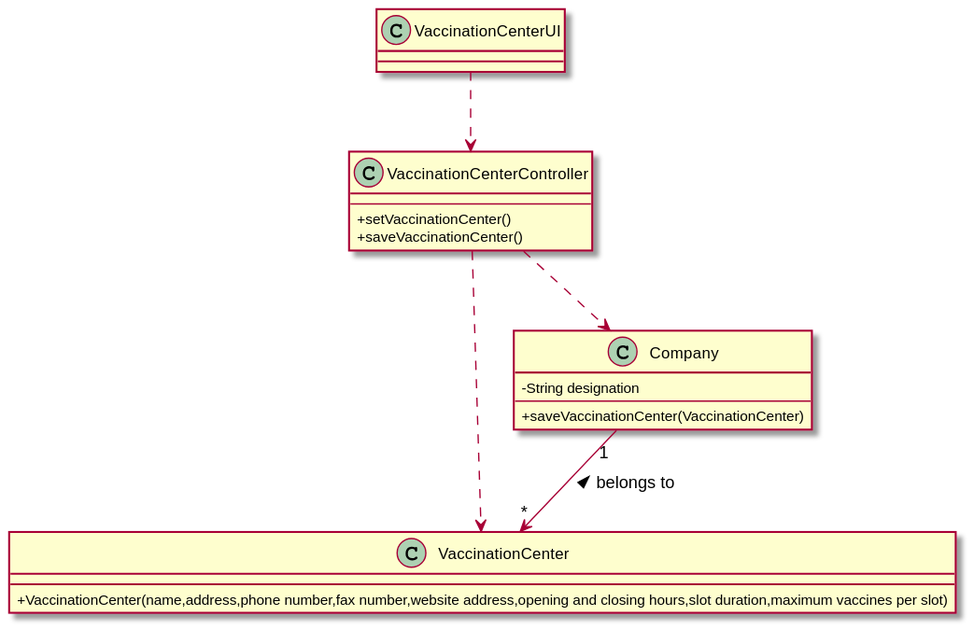
The PlantUML diagram docs/SprintB/US09/CD/US09_CD.svg in miseEnPlace-i/lapr2, before a commit.
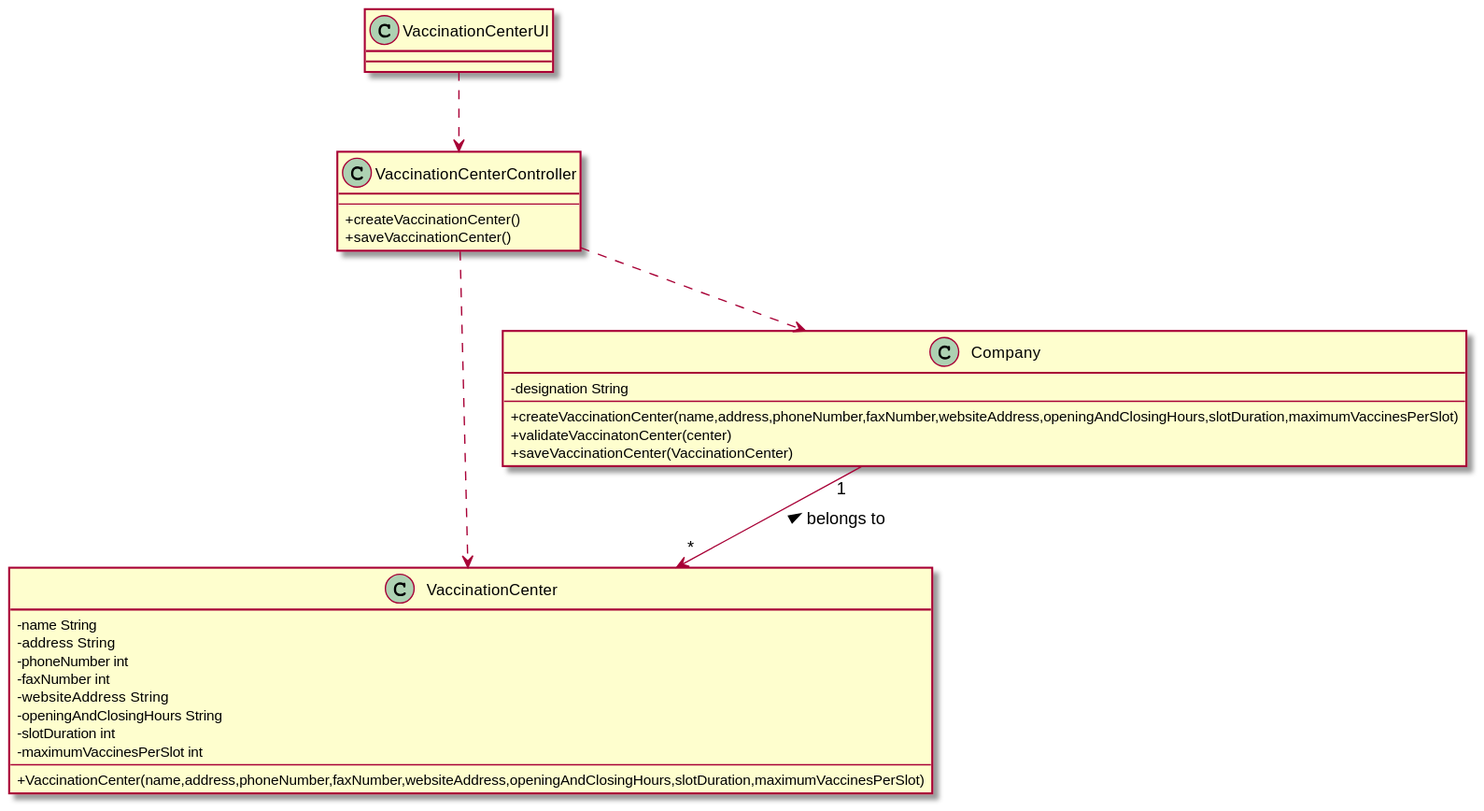
Above is the later version.

Diff of the diagram source:
```diff
@@ -2,19 +2,30 @@
 skinparam classAttributeIconSize 0
 
 class VaccinationCenter {
- +VaccinationCenter(name,address,phone number,fax number,website address,opening and closing hours,slot duration,maximum vaccines per slot)
+  - name String
+  - address String
+  - phoneNumber int
+  - faxNumber int
+  - websiteAddress String
+  - openingAndClosingHours String
+  - slotDuration int
+  - maximumVaccinesPerSlot int
+  ---
+ +VaccinationCenter(name,address,phoneNumber,faxNumber,websiteAddress,openingAndClosingHours,slotDuration,maximumVaccinesPerSlot)
 }
 
 
 class Company {
-  -String designation
+  -designation String
   ---
+  +createVaccinationCenter(name,address,phoneNumber,faxNumber,websiteAddress,openingAndClosingHours,slotDuration,maximumVaccinesPerSlot)
+  +validateVaccinatonCenter(center)
   +saveVaccinationCenter(VaccinationCenter)
 }
 
 class VaccinationCenterController {
   ---
-  +setVaccinationCenter()
+  +createVaccinationCenter()
   +saveVaccinationCenter()
 }
 
```
